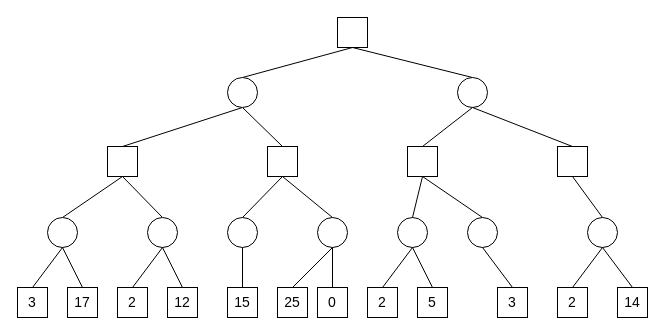
The draw.io diagram page "Page-2" (2 of 4) of AI-review.drawio in NaphtholMizuha/draw-io, before the edit. Source tidied: cells renumbered, new cells numbered last; positions are measured from the earlier drawing's top-left corner, leaving out a move shared by most shapes. Both pictures are drawn from the tidied source at 100%, with x=0, y=0 at pixel (17, 17).
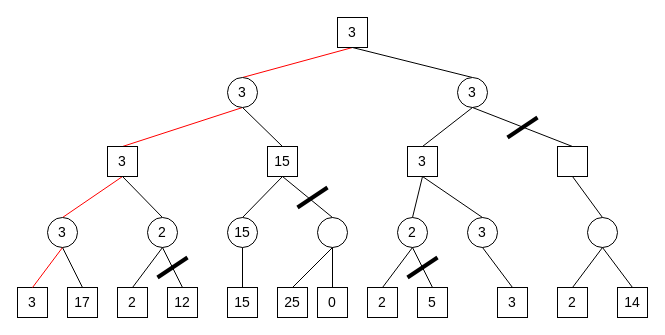
The same page after the edit.

The change refers to these unchanged cells:
```xml
<mxCell id="22" value="3" style="whiteSpace=wrap;html=1;fontSize=14;" parent="1" vertex="1">
  <mxGeometry y="270" width="30" height="30" as="geometry" />
</mxCell>
```

The edit, as a diff of the source:
```diff
@@
-    <mxCell id="2" style="edgeStyle=none;rounded=0;jettySize=auto;html=1;entryX=0.5;entryY=0;entryDx=0;entryDy=0;fontSize=14;endArrow=none;endFill=0;exitX=0.5;exitY=1;exitDx=0;exitDy=0;" parent="1" edge="1" source="4" target="7">
+    <mxCell id="2" style="edgeStyle=none;rounded=0;jettySize=auto;html=1;entryX=0.5;entryY=0;entryDx=0;entryDy=0;fontSize=14;endArrow=none;endFill=0;exitX=0.5;exitY=1;exitDx=0;exitDy=0;fillColor=#f8cecc;strokeColor=#FF0000;strokeWidth=1;" parent="1" edge="1" source="4" target="7">
       <mxGeometry relative="1" as="geometry" />
     </mxCell>
@@
-    <mxCell id="4" style="whiteSpace=wrap;html=1;fontSize=14;" parent="1" vertex="1">
+    <mxCell id="4" value="3" style="whiteSpace=wrap;html=1;fontSize=14;" parent="1" vertex="1">
       <mxGeometry x="320" width="30" height="30" as="geometry" />
     </mxCell>
-    <mxCell id="5" style="edgeStyle=none;rounded=0;jettySize=auto;html=1;entryX=0.5;entryY=0;entryDx=0;entryDy=0;fontSize=14;endArrow=none;endFill=0;exitX=0.5;exitY=1;exitDx=0;exitDy=0;" parent="1" edge="1" source="7" target="11">
+    <mxCell id="5" style="edgeStyle=none;rounded=0;jettySize=auto;html=1;entryX=0.5;entryY=0;entryDx=0;entryDy=0;fontSize=14;endArrow=none;endFill=0;exitX=0.5;exitY=1;exitDx=0;exitDy=0;strokeColor=#FF0000;" parent="1" edge="1" source="7" target="11">
       <mxGeometry relative="1" as="geometry" />
     </mxCell>
@@
-    <mxCell id="7" style="ellipse;whiteSpace=wrap;html=1;fontSize=14;" parent="1" vertex="1">
+    <mxCell id="7" value="3" style="ellipse;whiteSpace=wrap;html=1;fontSize=14;" parent="1" vertex="1">
       <mxGeometry x="210" y="60" width="30" height="30" as="geometry" />
     </mxCell>
-    <mxCell id="8" style="ellipse;whiteSpace=wrap;html=1;fontSize=14;" parent="1" vertex="1">
+    <mxCell id="8" value="3" style="ellipse;whiteSpace=wrap;html=1;fontSize=14;" parent="1" vertex="1">
       <mxGeometry x="440" y="60" width="30" height="30" as="geometry" />
     </mxCell>
-    <mxCell id="9" style="edgeStyle=none;rounded=0;jettySize=auto;html=1;entryX=0.5;entryY=0;entryDx=0;entryDy=0;fontSize=14;endArrow=none;endFill=0;exitX=0.5;exitY=1;exitDx=0;exitDy=0;" parent="1" edge="1" source="11" target="15">
+    <mxCell id="9" style="edgeStyle=none;rounded=0;jettySize=auto;html=1;entryX=0.5;entryY=0;entryDx=0;entryDy=0;fontSize=14;endArrow=none;endFill=0;exitX=0.5;exitY=1;exitDx=0;exitDy=0;strokeColor=#FF0000;" parent="1" edge="1" source="11" target="15">
       <mxGeometry relative="1" as="geometry" />
     </mxCell>
@@
-    <mxCell id="11" style="whiteSpace=wrap;html=1;fontSize=14;" parent="1" vertex="1">
+    <mxCell id="11" value="3" style="whiteSpace=wrap;html=1;fontSize=14;" parent="1" vertex="1">
       <mxGeometry x="90" y="129" width="30" height="30" as="geometry" />
     </mxCell>
-    <mxCell id="12" style="whiteSpace=wrap;html=1;fontSize=14;" parent="1" vertex="1">
+    <mxCell id="12" value="15" style="whiteSpace=wrap;html=1;fontSize=14;" parent="1" vertex="1">
       <mxGeometry x="250" y="129" width="30" height="30" as="geometry" />
     </mxCell>
-    <mxCell id="13" style="whiteSpace=wrap;html=1;fontSize=14;" parent="1" vertex="1">
+    <mxCell id="13" value="3" style="whiteSpace=wrap;html=1;fontSize=14;" parent="1" vertex="1">
       <mxGeometry x="390" y="129" width="30" height="30" as="geometry" />
     </mxCell>
@@
-    <mxCell id="15" style="ellipse;whiteSpace=wrap;html=1;fontSize=14;" parent="1" vertex="1">
+    <mxCell id="15" value="3" style="ellipse;whiteSpace=wrap;html=1;fontSize=14;" parent="1" vertex="1">
       <mxGeometry x="30" y="200" width="30" height="30" as="geometry" />
     </mxCell>
-    <mxCell id="16" style="ellipse;whiteSpace=wrap;html=1;fontSize=14;" parent="1" vertex="1">
+    <mxCell id="16" value="2" style="ellipse;whiteSpace=wrap;html=1;fontSize=14;" parent="1" vertex="1">
       <mxGeometry x="130" y="200" width="30" height="30" as="geometry" />
     </mxCell>
-    <mxCell id="17" style="ellipse;whiteSpace=wrap;html=1;fontSize=14;" parent="1" vertex="1">
+    <mxCell id="17" value="15" style="ellipse;whiteSpace=wrap;html=1;fontSize=14;" parent="1" vertex="1">
       <mxGeometry x="210" y="200" width="30" height="30" as="geometry" />
     </mxCell>
@@
-    <mxCell id="19" style="ellipse;whiteSpace=wrap;html=1;fontSize=14;" parent="1" vertex="1">
+    <mxCell id="19" value="2" style="ellipse;whiteSpace=wrap;html=1;fontSize=14;" parent="1" vertex="1">
       <mxGeometry x="380" y="200" width="30" height="30" as="geometry" />
     </mxCell>
-    <mxCell id="20" style="ellipse;whiteSpace=wrap;html=1;fontSize=14;" parent="1" vertex="1">
+    <mxCell id="20" value="3" style="ellipse;whiteSpace=wrap;html=1;fontSize=14;" parent="1" vertex="1">
       <mxGeometry x="450" y="200" width="30" height="30" as="geometry" />
     </mxCell>
@@
-    <mxCell id="41" style="endArrow=none;html=1;rounded=0;fontSize=14;exitX=0.5;exitY=0;exitDx=0;exitDy=0;entryX=0.5;entryY=1;entryDx=0;entryDy=0;" parent="1" edge="1" source="22" target="15">
+    <mxCell id="41" style="endArrow=none;html=1;rounded=0;fontSize=14;exitX=0.5;exitY=0;exitDx=0;exitDy=0;entryX=0.5;entryY=1;entryDx=0;entryDy=0;strokeColor=#FF0000;" parent="1" edge="1" source="22" target="15">
       <mxGeometry relative="1" as="geometry" />
     </mxCell>
@@
+    <mxCell id="53" style="endArrow=none;html=1;rounded=0;strokeWidth=4;" parent="1" edge="1">
+      <mxGeometry relative="1" as="geometry">
+        <mxPoint x="140" y="260" as="sourcePoint" />
+        <mxPoint x="170" y="240" as="targetPoint" />
+      </mxGeometry>
+    </mxCell>
+    <mxCell id="54" style="endArrow=none;html=1;rounded=0;strokeWidth=4;" parent="1" edge="1">
+      <mxGeometry relative="1" as="geometry">
+        <mxPoint x="280" y="190" as="sourcePoint" />
+        <mxPoint x="310" y="170" as="targetPoint" />
+      </mxGeometry>
+    </mxCell>
+    <mxCell id="55" style="endArrow=none;html=1;rounded=0;strokeWidth=4;" parent="1" edge="1">
+      <mxGeometry relative="1" as="geometry">
+        <mxPoint x="390" y="260" as="sourcePoint" />
+        <mxPoint x="420" y="240" as="targetPoint" />
+      </mxGeometry>
+    </mxCell>
+    <mxCell id="56" style="endArrow=none;html=1;rounded=0;strokeWidth=4;" parent="1" edge="1">
+      <mxGeometry relative="1" as="geometry">
+        <mxPoint x="490" y="120" as="sourcePoint" />
+        <mxPoint x="520" y="100" as="targetPoint" />
+      </mxGeometry>
+    </mxCell>
```
